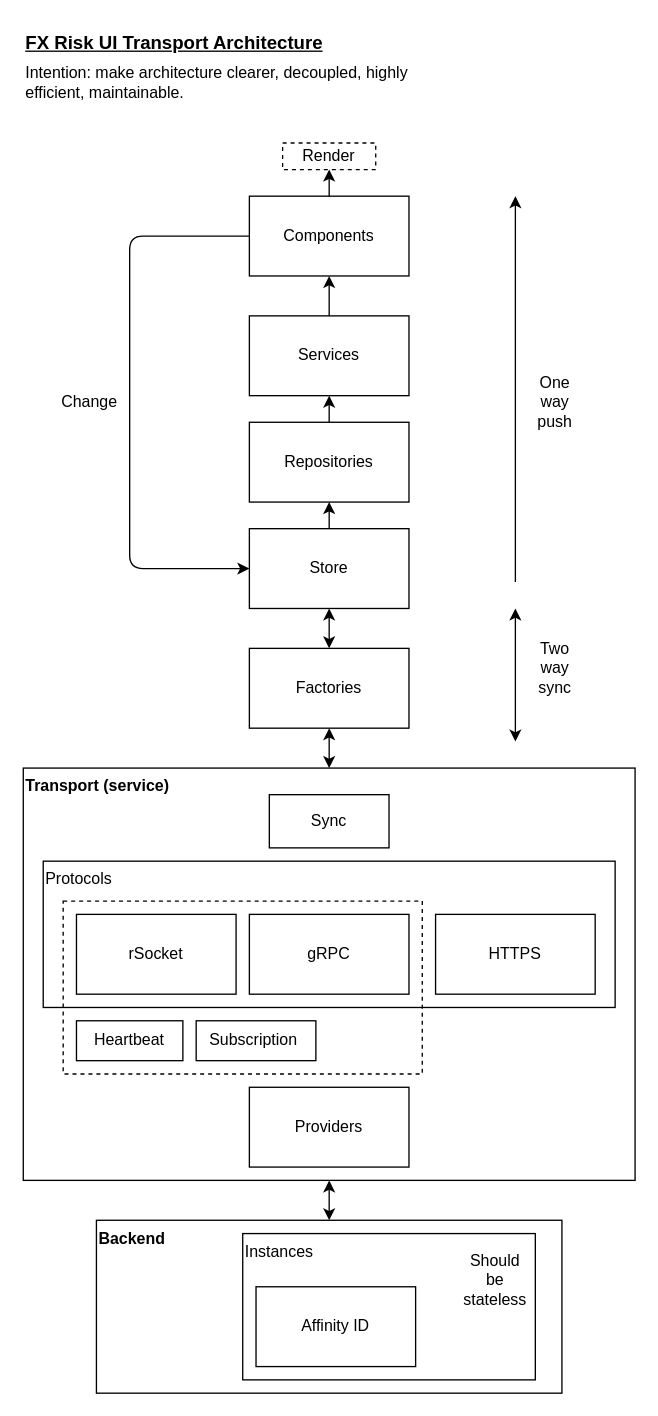
The draw.io diagram Risk UI Transport Architecture.drawio in Ivajkin/rsocket-rpc-js, before the edit. Source tidied: cells renumbered, new cells numbered last; positions are measured from the earlier drawing's top-left corner, leaving out a move shared by most shapes. Both pictures are drawn from the tidied source at 133%, with x=0, y=0 at pixel (23, 23).
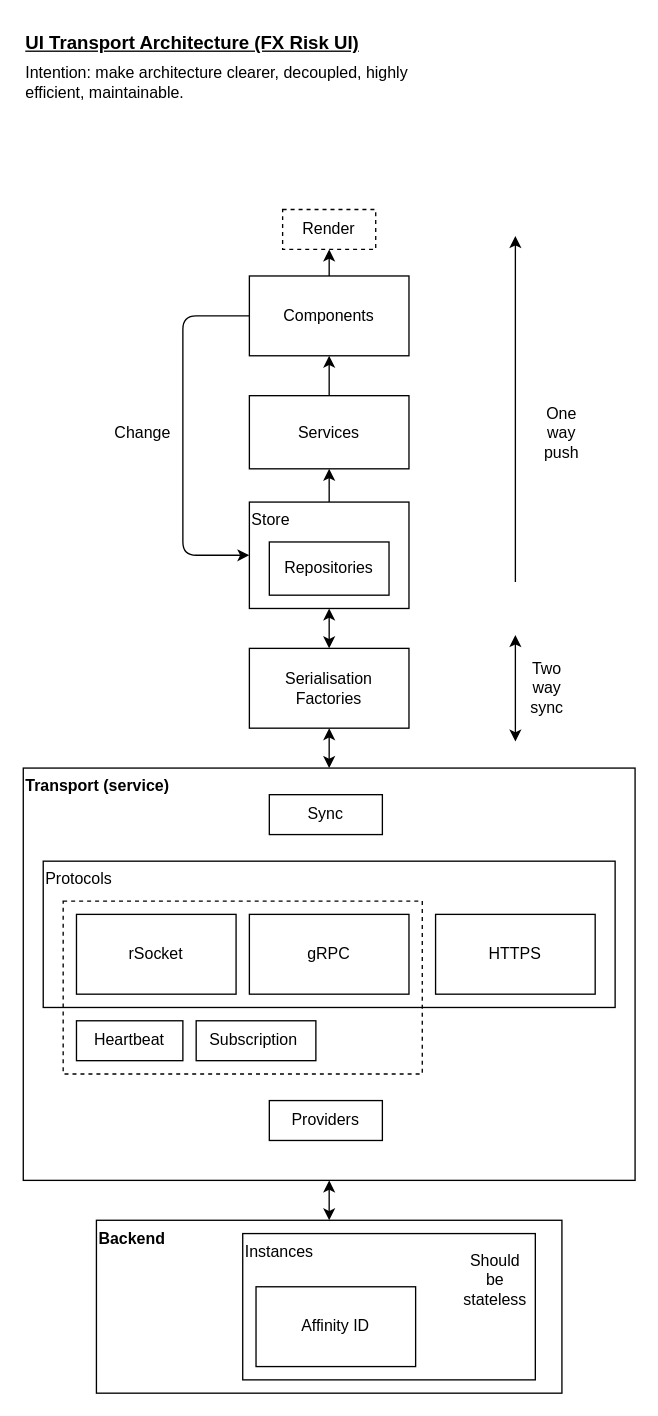
The same diagram, later.

Change to the diagram source:
```diff
@@
     <mxCell id="8" value="Components" style="rounded=0;whiteSpace=wrap;html=1;" parent="1" vertex="1">
-      <mxGeometry x="170" y="130" width="120" height="60" as="geometry" />
+      <mxGeometry x="170" y="190" width="120" height="60" as="geometry" />
     </mxCell>
@@
+    <mxCell id="37" style="edgeStyle=orthogonalEdgeStyle;rounded=0;jettySize=auto;html=1;startArrow=classic;startFill=1;fontSize=14;endArrow=none;endFill=0;" parent="1" edge="1" source="11" target="25">
+      <mxGeometry relative="1" as="geometry" />
+    </mxCell>
-    <mxCell id="11" value="Services" style="rounded=0;whiteSpace=wrap;html=1;" parent="1" vertex="1">
-      <mxGeometry x="170" y="220" width="120" height="60" as="geometry" />
+    <mxCell id="11" value="Services" style="rounded=0;whiteSpace=wrap;html=1;align=center;verticalAlign=middle;" parent="1" vertex="1">
+      <mxGeometry x="170" y="280" width="120" height="55" as="geometry" />
     </mxCell>
-    <mxCell id="12" value="Repositories" style="rounded=0;whiteSpace=wrap;html=1;" parent="1" vertex="1">
-      <mxGeometry x="170" y="300" width="120" height="60" as="geometry" />
-    </mxCell>
-    <mxCell id="13" value="Factories" style="rounded=0;whiteSpace=wrap;html=1;" parent="1" vertex="1">
+    <mxCell id="13" value="Serialisation Factories" style="rounded=0;whiteSpace=wrap;html=1;" parent="1" vertex="1">
       <mxGeometry x="170" y="470" width="120" height="60" as="geometry" />
     </mxCell>
@@
-    <mxCell id="17" value="FX Risk UI Transport Architecture" style="text;html=1;strokeColor=none;fillColor=none;align=left;verticalAlign=middle;whiteSpace=wrap;rounded=0;fontStyle=5;fontSize=14;" parent="1" vertex="1">
+    <mxCell id="17" value="UI Transport Architecture (FX Risk UI)" style="text;html=1;strokeColor=none;fillColor=none;align=left;verticalAlign=middle;whiteSpace=wrap;rounded=0;fontStyle=5;fontSize=14;" parent="1" vertex="1">
       <mxGeometry width="310" height="30" as="geometry" />
     </mxCell>
     <mxCell id="18" value="Sync" style="rounded=0;whiteSpace=wrap;html=1;" parent="1" vertex="1">
-      <mxGeometry x="185" y="580" width="90" height="40" as="geometry" />
+      <mxGeometry x="185" y="580" width="85" height="30" as="geometry" />
     </mxCell>
     <mxCell id="19" style="endArrow=classic;html=1;" parent="1" edge="1">
       <mxGeometry relative="1" as="geometry">
         <mxPoint x="370" y="420" as="sourcePoint" />
-        <mxPoint x="370" y="130" as="targetPoint" />
+        <mxPoint x="370" y="160" as="targetPoint" />
       </mxGeometry>
     </mxCell>
     <mxCell id="20" value="One way push" style="text;html=1;strokeColor=none;fillColor=none;align=center;verticalAlign=middle;whiteSpace=wrap;rounded=0;" parent="1" vertex="1">
-      <mxGeometry x="380" y="260" width="40" height="50" as="geometry" />
+      <mxGeometry x="385" y="282.5" width="40" height="50" as="geometry" />
     </mxCell>
     <mxCell id="21" value="Two way sync" style="text;html=1;strokeColor=none;fillColor=none;align=center;verticalAlign=middle;whiteSpace=wrap;rounded=0;" parent="1" vertex="1">
-      <mxGeometry x="380" y="420" width="40" height="130" as="geometry" />
+      <mxGeometry x="374" y="435" width="40" height="130" as="geometry" />
     </mxCell>
@@
     <mxCell id="23" style="endArrow=classic;html=1;startArrow=classic;startFill=1;" parent="1" edge="1">
       <mxGeometry relative="1" as="geometry">
-        <mxPoint x="370" y="440" as="sourcePoint" />
+        <mxPoint x="370" y="460" as="sourcePoint" />
         <mxPoint x="370" y="540" as="targetPoint" />
       </mxGeometry>
     </mxCell>
@@
-    <mxCell id="25" value="Store" style="rounded=0;whiteSpace=wrap;html=1;" parent="1" vertex="1">
-      <mxGeometry x="170" y="380" width="120" height="60" as="geometry" />
+    <mxCell id="25" value="Store" style="rounded=0;whiteSpace=wrap;html=1;align=left;verticalAlign=top;" parent="1" vertex="1">
+      <mxGeometry x="170" y="360" width="120" height="80" as="geometry" />
     </mxCell>
     <mxCell id="26" style="endArrow=classic;html=1;exitX=0;exitY=0.5;exitDx=0;exitDy=0;entryX=0;entryY=0.5;entryDx=0;entryDy=0;" parent="1" edge="1" source="8" target="25">
       <mxGeometry relative="1" as="geometry">
         <Array as="points">
-          <mxPoint x="80" y="160" />
-          <mxPoint x="80" y="410" />
+          <mxPoint x="120" y="220" />
+          <mxPoint x="120" y="400" />
         </Array>
       </mxGeometry>
     </mxCell>
     <mxCell id="27" value="Change" style="text;html=1;strokeColor=none;fillColor=none;align=center;verticalAlign=middle;whiteSpace=wrap;rounded=0;" parent="1" vertex="1">
-      <mxGeometry x="30" y="190" width="40" height="190" as="geometry" />
+      <mxGeometry x="70" y="212.5" width="40" height="190" as="geometry" />
     </mxCell>
     <mxCell id="28" value="Render" style="rounded=0;whiteSpace=wrap;html=1;dashed=1;" parent="1" vertex="1">
-      <mxGeometry x="195" y="90" width="70" height="20" as="geometry" />
+      <mxGeometry x="195" y="140" width="70" height="30" as="geometry" />
     </mxCell>
-    <mxCell id="29" style="endArrow=classic;html=1;exitX=0.5;exitY=0;exitDx=0;exitDy=0;entryX=0.5;entryY=1;entryDx=0;entryDy=0;" parent="1" edge="1" source="25" target="12">
-      <mxGeometry relative="1" as="geometry">
-        <Array as="points">
-          <mxPoint x="230" y="370" />
-        </Array>
-      </mxGeometry>
-    </mxCell>
-    <mxCell id="30" style="endArrow=classic;html=1;entryX=0.5;entryY=1;entryDx=0;entryDy=0;exitX=0.5;exitY=0;exitDx=0;exitDy=0;" parent="1" edge="1" source="12" target="11">
-      <mxGeometry relative="1" as="geometry">
-        <Array as="points">
-          <mxPoint x="230" y="290" />
-        </Array>
-      </mxGeometry>
-    </mxCell>
@@
     <mxCell id="33" value="Providers" style="rounded=0;whiteSpace=wrap;html=1;" parent="1" vertex="1">
-      <mxGeometry x="170" y="800" width="120" height="60" as="geometry" />
+      <mxGeometry x="185" y="810" width="85" height="30" as="geometry" />
     </mxCell>
@@
+    <mxCell id="12" value="Repositories" style="rounded=0;whiteSpace=wrap;html=1;" parent="1" vertex="1">
+      <mxGeometry x="185" y="390" width="90" height="40" as="geometry" />
+    </mxCell>
```
